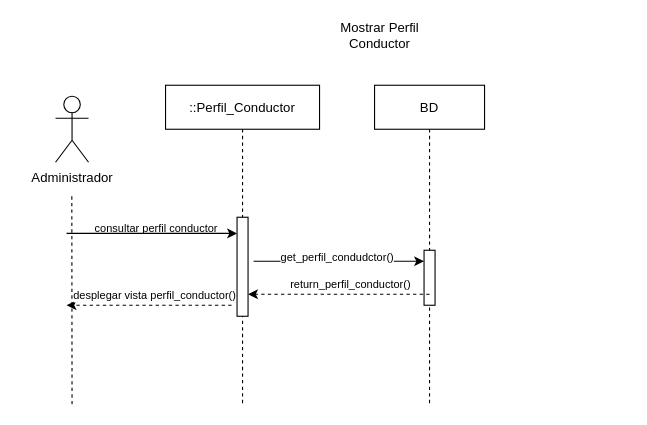
alangamboa97/TT keeps this draw.io diagram as page "Página-5" (5 of 10) of sec_reporte_incidencia.drawio. Above is the earlier version. Source tidied: cells renumbered, new cells numbered last; positions are measured from the earlier drawing's top-left corner, leaving out a move shared by most shapes. Both pictures are drawn from the tidied source at 110%, with x=0, y=0 at pixel (55, 19).
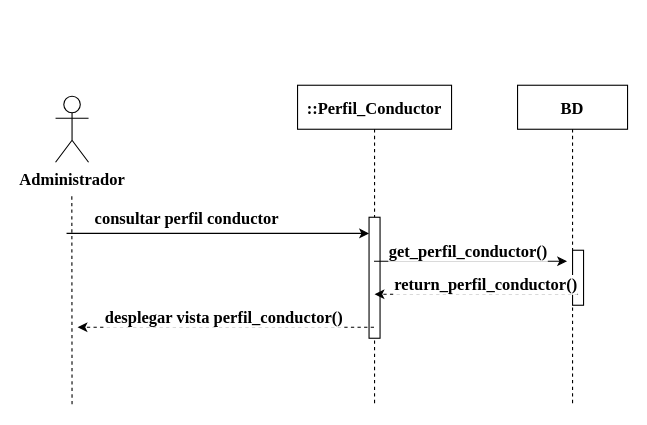
After the change.

Change to the diagram source:
```diff
@@
-    <mxCell id="2" value="::Perfil_Conductor" style="shape=umlLifeline;perimeter=lifelinePerimeter;rounded=0;shadow=0;strokeWidth=1;" parent="1" vertex="1">
-      <mxGeometry x="100" y="60" width="140" height="290" as="geometry" />
+    <mxCell id="2" value="::Perfil_Conductor" style="shape=umlLifeline;perimeter=lifelinePerimeter;rounded=0;shadow=0;strokeWidth=1;fontStyle=1;fontFamily=Garamond;fontSize=15;" parent="1" vertex="1">
+      <mxGeometry x="220" y="60" width="140" height="290" as="geometry" />
     </mxCell>
-    <mxCell id="3" style="points=[];perimeter=orthogonalPerimeter;rounded=0;shadow=0;strokeWidth=1;" parent="2" vertex="1">
-      <mxGeometry x="65" y="120" width="10" height="90" as="geometry" />
+    <mxCell id="3" style="points=[];perimeter=orthogonalPerimeter;rounded=0;shadow=0;strokeWidth=1;fontStyle=1;fontFamily=Garamond;fontSize=15;" parent="2" vertex="1">
+      <mxGeometry x="65" y="120" width="10" height="110" as="geometry" />
     </mxCell>
-    <mxCell id="4" value="BD" style="shape=umlLifeline;perimeter=lifelinePerimeter;rounded=0;shadow=0;strokeWidth=1;" parent="1" vertex="1">
-      <mxGeometry x="290" y="60" width="100" height="290" as="geometry" />
+    <mxCell id="4" value="BD" style="shape=umlLifeline;perimeter=lifelinePerimeter;rounded=0;shadow=0;strokeWidth=1;fontStyle=1;fontFamily=Garamond;fontSize=15;" parent="1" vertex="1">
+      <mxGeometry x="420" y="60" width="100" height="290" as="geometry" />
     </mxCell>
-    <mxCell id="5" style="points=[];perimeter=orthogonalPerimeter;rounded=0;shadow=0;strokeWidth=1;" parent="4" vertex="1">
-      <mxGeometry x="45" y="150" width="10" height="50" as="geometry" />
+    <mxCell id="5" style="points=[];perimeter=orthogonalPerimeter;rounded=0;shadow=0;strokeWidth=1;fontStyle=1;fontFamily=Garamond;fontSize=15;" parent="4" vertex="1">
+      <mxGeometry x="50" y="150" width="10" height="50" as="geometry" />
     </mxCell>
-    <mxCell id="6" style="endArrow=classic;html=1;rounded=0;" parent="4" edge="1">
+    <mxCell id="6" style="endArrow=classic;html=1;rounded=0;fontStyle=1;fontFamily=Garamond;fontSize=15;" parent="4" edge="1" source="2">
       <mxGeometry relative="1" as="geometry">
-        <mxPoint x="-110" y="160" as="sourcePoint" />
         <mxPoint x="45" y="160" as="targetPoint" />
         <Array as="points">
           <mxPoint x="-50" y="160" />
         </Array>
       </mxGeometry>
     </mxCell>
-    <mxCell id="7" value="get_perfil_condudctor()" style="edgeLabel;html=1;align=center;verticalAlign=middle;fontSize=10;" parent="6" vertex="1">
+    <mxCell id="7" value="get_perfil_conductor()" style="edgeLabel;html=1;align=center;verticalAlign=middle;fontSize=15;fontStyle=1;fontFamily=Garamond;" parent="6" vertex="1">
       <mxGeometry x="-0.04" y="-1" relative="1" as="geometry">
-        <mxPoint x="1" y="-6" as="offset" />
+        <mxPoint x="1" y="-11" as="offset" />
       </mxGeometry>
     </mxCell>
-    <mxCell id="8" value="Administrador" style="shape=umlActor;verticalLabelPosition=bottom;verticalAlign=top;html=1;" parent="1" vertex="1">
+    <mxCell id="8" value="Administrador" style="shape=umlActor;verticalLabelPosition=bottom;verticalAlign=top;html=1;fontStyle=1;fontFamily=Garamond;fontSize=15;" parent="1" vertex="1">
       <mxGeometry y="70" width="30" height="60" as="geometry" />
     </mxCell>
-    <mxCell id="9" style="endArrow=none;dashed=1;html=1;rounded=0;" parent="1" edge="1">
+    <mxCell id="9" style="endArrow=none;dashed=1;html=1;rounded=0;fontStyle=1;fontFamily=Garamond;fontSize=15;" parent="1" edge="1">
       <mxGeometry relative="1" as="geometry">
         <mxPoint x="15" y="350" as="sourcePoint" />
         <mxPoint x="14.8" y="160" as="targetPoint" />
       </mxGeometry>
     </mxCell>
-    <mxCell id="10" style="endArrow=classic;html=1;rounded=0;" parent="1" edge="1" target="3">
+    <mxCell id="10" style="endArrow=classic;html=1;rounded=0;fontStyle=1;fontFamily=Garamond;fontSize=15;" parent="1" edge="1" target="3">
       <mxGeometry relative="1" as="geometry">
         <mxPoint x="10" y="194.7" as="sourcePoint" />
         <Array as="points">
           <mxPoint x="70" y="194.7" />
         </Array>
       </mxGeometry>
     </mxCell>
-    <mxCell id="11" style="endArrow=classic;html=1;rounded=0;dashed=1;fontSize=10;exitX=0.5;exitY=0.8;exitDx=0;exitDy=0;exitPerimeter=0;" parent="1" edge="1" source="5">
+    <mxCell id="11" style="endArrow=classic;html=1;rounded=0;dashed=1;fontSize=15;exitX=0.5;exitY=0.8;exitDx=0;exitDy=0;exitPerimeter=0;fontStyle=1;fontFamily=Garamond;" parent="1" edge="1" source="5">
       <mxGeometry relative="1" as="geometry">
-        <mxPoint x="175" y="250" as="targetPoint" />
+        <mxPoint x="290" y="250" as="targetPoint" />
       </mxGeometry>
     </mxCell>
-    <mxCell id="12" value="return_perfil_conductor()" style="edgeLabel;html=1;align=center;verticalAlign=middle;fontSize=10;" parent="11" vertex="1">
+    <mxCell id="12" value="return_perfil_conductor()" style="edgeLabel;html=1;align=center;verticalAlign=middle;fontSize=15;fontStyle=1;fontFamily=Garamond;" parent="11" vertex="1">
       <mxGeometry x="0.12" relative="1" as="geometry">
         <mxPoint x="19" y="-10" as="offset" />
       </mxGeometry>
     </mxCell>
-    <mxCell id="13" value="consultar perfil conductor" style="text;strokeColor=none;fillColor=none;align=left;verticalAlign=middle;spacingLeft=4;spacingRight=4;overflow=hidden;fontSize=10;" parent="1" vertex="1">
-      <mxGeometry x="30" y="170" width="150" height="40" as="geometry" />
+    <mxCell id="13" value="consultar perfil conductor" style="text;strokeColor=none;fillColor=none;align=left;verticalAlign=middle;spacingLeft=4;spacingRight=4;overflow=hidden;fontSize=15;fontStyle=1;fontFamily=Garamond;" parent="1" vertex="1">
+      <mxGeometry x="30" y="160" width="200" height="40" as="geometry" />
     </mxCell>
-    <mxCell id="14" style="endArrow=classic;html=1;rounded=0;dashed=1;fontSize=10;" parent="1" edge="1">
+    <mxCell id="14" style="endArrow=classic;html=1;rounded=0;dashed=1;fontSize=15;fontStyle=1;fontFamily=Garamond;" parent="1" edge="1" source="2">
       <mxGeometry relative="1" as="geometry">
-        <mxPoint x="160" y="260" as="sourcePoint" />
-        <mxPoint x="10" y="260" as="targetPoint" />
+        <mxPoint x="20" y="280" as="targetPoint" />
       </mxGeometry>
     </mxCell>
-    <mxCell id="15" value="desplegar vista perfil_conductor()" style="edgeLabel;html=1;align=center;verticalAlign=middle;fontSize=10;" parent="14" vertex="1">
+    <mxCell id="15" value="desplegar vista perfil_conductor()" style="edgeLabel;html=1;align=center;verticalAlign=middle;fontSize=15;fontStyle=1;fontFamily=Garamond;" parent="14" vertex="1">
       <mxGeometry x="0.12" relative="1" as="geometry">
         <mxPoint x="14" y="-10" as="offset" />
       </mxGeometry>
     </mxCell>
-    <mxCell id="16" value="Mostrar Perfil&lt;br&gt;Conductor" style="text;html=1;strokeColor=none;fillColor=none;align=center;verticalAlign=middle;whiteSpace=wrap;rounded=0;" parent="1" vertex="1">
-      <mxGeometry x="220" width="150" height="30" as="geometry" />
-    </mxCell>
```
